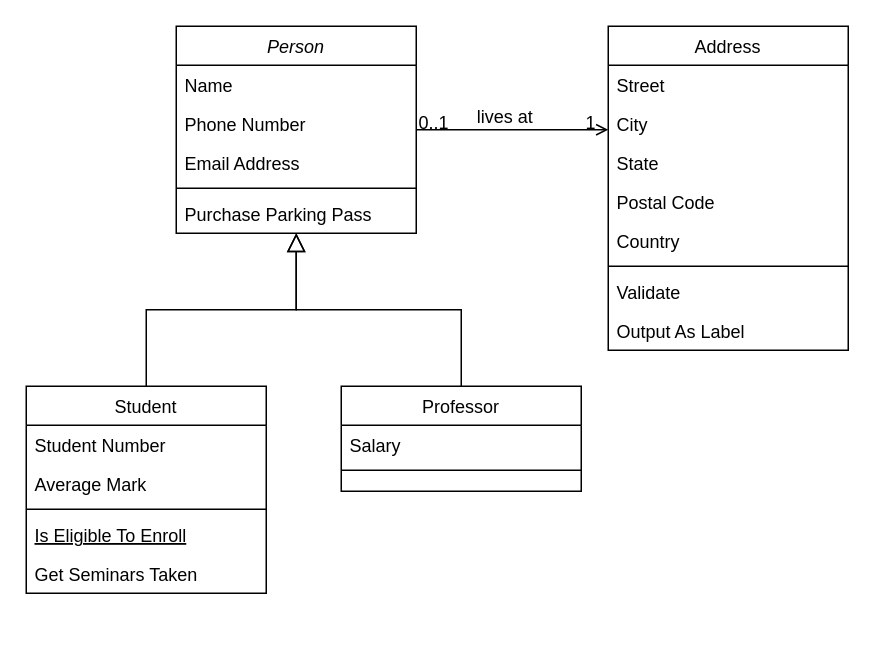
Earlier version of the draw.io diagram Untitled Diagram.drawio (rkuo/datasciencecoursera). Source tidied: cells renumbered, new cells numbered last; positions are measured from the earlier drawing's top-left corner, leaving out a move shared by most shapes. Both pictures are drawn from the tidied source at 150%, with x=0, y=0 at pixel (26, 26).
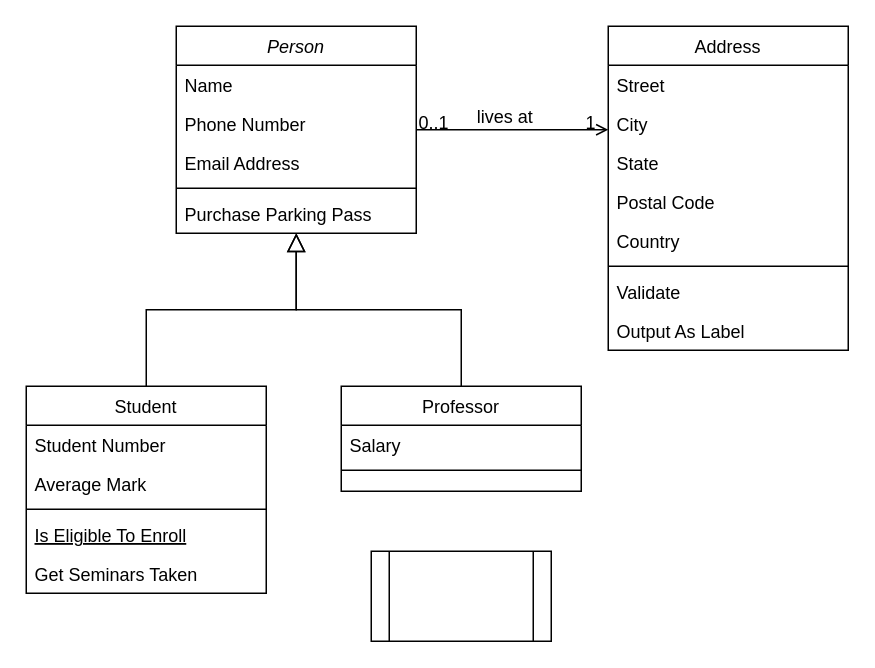
The same page after the edit.

What changed in the source:
```diff
@@
+    <mxCell id="32" style="shape=process;whiteSpace=wrap;html=1;backgroundOutline=1;" parent="1" vertex="1">
+      <mxGeometry x="230" y="350" width="120" height="60" as="geometry" />
+    </mxCell>
```
